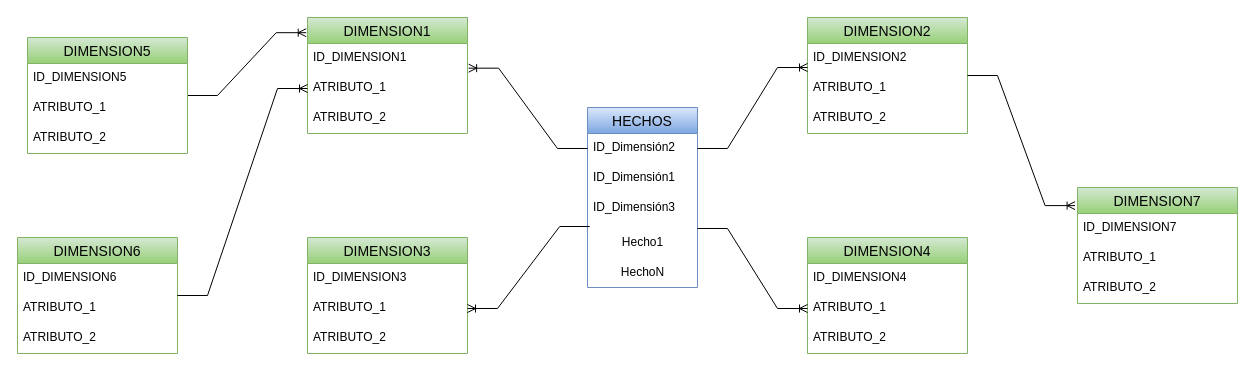
The draw.io diagram modelo dimensional.drawio in Baio-p/BD, before the edit. Source tidied: cells renumbered, new cells numbered last; positions are measured from the earlier drawing's top-left corner, leaving out a move shared by most shapes. Both pictures are drawn from the tidied source at 100%, with x=0, y=0 at pixel (17, 17).
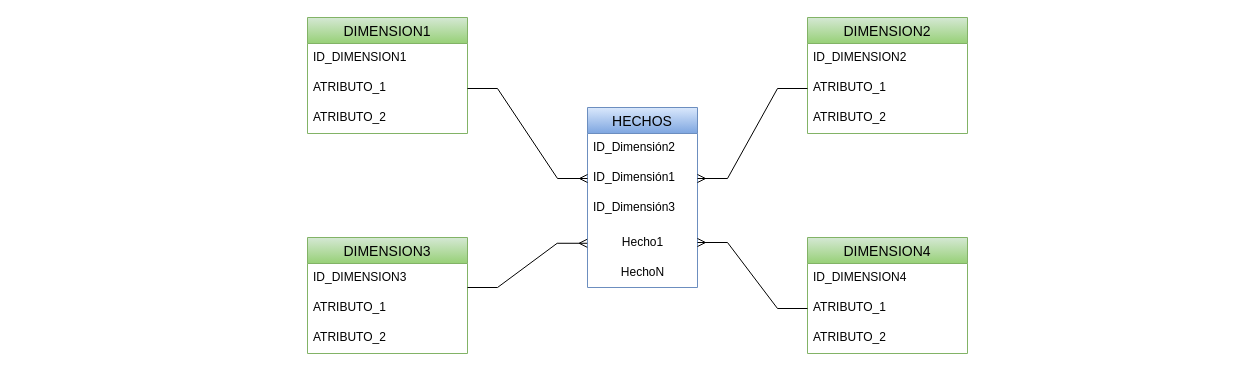
The same diagram, later.

The change refers to these unchanged cells:
```xml
<mxCell id="2" value="DIMENSION1" style="swimlane;fontStyle=0;horizontal=1;startSize=26;align=center;fontSize=14;fillColor=#d5e8d4;strokeColor=#82b366;gradientColor=#97d077;" parent="1" vertex="1">
  <mxGeometry x="290" width="160" height="116" as="geometry" />
</mxCell>
<mxCell id="3" value="ID_DIMENSION1" style="text;strokeColor=none;fillColor=none;spacingLeft=4;spacingRight=4;overflow=hidden;points=[[0,0.5],[1,0.5]];portConstraint=eastwest;fontSize=12;" parent="2" vertex="1">
  <mxGeometry y="26" width="160" height="30" as="geometry" />
</mxCell>
<mxCell id="4" value="ATRIBUTO_1" style="text;strokeColor=none;fillColor=none;spacingLeft=4;spacingRight=4;overflow=hidden;points=[[0,0.5],[1,0.5]];portConstraint=eastwest;fontSize=12;" parent="2" vertex="1">
  <mxGeometry y="56" width="160" height="30" as="geometry" />
</mxCell>
<mxCell id="6" value="DIMENSION2" style="swimlane;fontStyle=0;horizontal=1;startSize=26;align=center;fontSize=14;fillColor=#d5e8d4;strokeColor=#82b366;gradientColor=#97d077;" parent="1" vertex="1">
  <mxGeometry x="790" width="160" height="116" as="geometry" />
</mxCell>
<mxCell id="8" value="ATRIBUTO_1" style="text;strokeColor=none;fillColor=none;spacingLeft=4;spacingRight=4;overflow=hidden;points=[[0,0.5],[1,0.5]];portConstraint=eastwest;fontSize=12;" parent="6" vertex="1">
  <mxGeometry y="56" width="160" height="30" as="geometry" />
</mxCell>
<mxCell id="12" value="ATRIBUTO_1" style="text;strokeColor=none;fillColor=none;spacingLeft=4;spacingRight=4;overflow=hidden;points=[[0,0.5],[1,0.5]];portConstraint=eastwest;fontSize=12;" parent="10" vertex="1">
  <mxGeometry y="56" width="160" height="30" as="geometry" />
</mxCell>
<mxCell id="16" value="ATRIBUTO_1" style="text;strokeColor=none;fillColor=none;spacingLeft=4;spacingRight=4;overflow=hidden;points=[[0,0.5],[1,0.5]];portConstraint=eastwest;fontSize=12;" parent="14" vertex="1">
  <mxGeometry y="56" width="160" height="30" as="geometry" />
</mxCell>
<mxCell id="19" value="ID_Dimensión2" style="text;strokeColor=none;fillColor=none;spacingLeft=4;spacingRight=4;overflow=hidden;points=[[0,0.5],[1,0.5]];portConstraint=eastwest;fontSize=12;" parent="18" vertex="1">
  <mxGeometry y="26" width="110" height="30" as="geometry" />
</mxCell>
<mxCell id="20" value="ID_Dimensión1" style="text;strokeColor=none;fillColor=none;spacingLeft=4;spacingRight=4;overflow=hidden;points=[[0,0.5],[1,0.5]];portConstraint=eastwest;fontSize=12;" parent="18" vertex="1">
  <mxGeometry y="56" width="110" height="30" as="geometry" />
</mxCell>
<mxCell id="22" value="&lt;div style=&quot;text-align: left;&quot;&gt;&lt;span style=&quot;background-color: initial;&quot;&gt;Hecho1&lt;/span&gt;&lt;/div&gt;" style="text;html=1;align=center;verticalAlign=middle;points=[];strokeColor=none;fillColor=none;" parent="18" vertex="1">
  <mxGeometry y="120" width="110" height="30" as="geometry" />
</mxCell>
```

What changed in the source:
```diff
@@
-    <mxCell id="24" style="edgeStyle=entityRelationEdgeStyle;fontSize=12;html=1;endArrow=ERoneToMany;rounded=0;exitX=1;exitY=0.5;exitDx=0;exitDy=0;" parent="1" edge="1" source="19">
-      <mxGeometry relative="1" as="geometry">
-        <mxPoint x="790" y="50" as="targetPoint" />
-      </mxGeometry>
-    </mxCell>
-    <mxCell id="25" style="edgeStyle=entityRelationEdgeStyle;fontSize=12;html=1;endArrow=ERoneToMany;rounded=0;exitX=1;exitY=0.5;exitDx=0;exitDy=0;entryX=0;entryY=0.5;entryDx=0;entryDy=0;" parent="1" edge="1" target="16">
-      <mxGeometry relative="1" as="geometry">
-        <mxPoint x="680" y="211" as="sourcePoint" />
-      </mxGeometry>
-    </mxCell>
-    <mxCell id="26" style="edgeStyle=entityRelationEdgeStyle;fontSize=12;html=1;endArrow=ERoneToMany;rounded=0;exitX=0.02;exitY=-0.033;exitDx=0;exitDy=0;exitPerimeter=0;entryX=1;entryY=0.5;entryDx=0;entryDy=0;" parent="1" edge="1" source="22" target="12">
-      <mxGeometry relative="1" as="geometry" />
-    </mxCell>
-    <mxCell id="27" style="edgeStyle=entityRelationEdgeStyle;fontSize=12;html=1;endArrow=ERoneToMany;rounded=0;exitX=0;exitY=0.5;exitDx=0;exitDy=0;entryX=1.007;entryY=0.822;entryDx=0;entryDy=0;entryPerimeter=0;" parent="1" edge="1" source="19" target="3">
-      <mxGeometry relative="1" as="geometry" />
-    </mxCell>
-    <mxCell id="28" style="edgeStyle=entityRelationEdgeStyle;fontSize=12;html=1;endArrow=ERoneToMany;rounded=0;entryX=-0.008;entryY=0.131;entryDx=0;entryDy=0;entryPerimeter=0;" parent="1" edge="1" source="29" target="2">
-      <mxGeometry relative="1" as="geometry" />
-    </mxCell>
-    <mxCell id="29" value="DIMENSION5" style="swimlane;fontStyle=0;horizontal=1;startSize=26;align=center;fontSize=14;fillColor=#d5e8d4;strokeColor=#82b366;gradientColor=#97d077;" parent="1" vertex="1">
-      <mxGeometry x="10" y="20" width="160" height="116" as="geometry" />
-    </mxCell>
-    <mxCell id="30" value="ID_DIMENSION5" style="text;strokeColor=none;fillColor=none;spacingLeft=4;spacingRight=4;overflow=hidden;fontSize=12;" parent="29" vertex="1">
-      <mxGeometry y="26" width="160" height="30" as="geometry" />
-    </mxCell>
-    <mxCell id="31" value="ATRIBUTO_1" style="text;strokeColor=none;fillColor=none;spacingLeft=4;spacingRight=4;overflow=hidden;fontSize=12;" parent="29" vertex="1">
-      <mxGeometry y="56" width="160" height="30" as="geometry" />
-    </mxCell>
-    <mxCell id="32" value="ATRIBUTO_2" style="text;strokeColor=none;fillColor=none;spacingLeft=4;spacingRight=4;overflow=hidden;fontSize=12;" parent="29" vertex="1">
-      <mxGeometry y="86" width="160" height="30" as="geometry" />
-    </mxCell>
-    <mxCell id="33" value="DIMENSION6" style="swimlane;fontStyle=0;horizontal=1;startSize=26;align=center;fontSize=14;fillColor=#d5e8d4;strokeColor=#82b366;gradientColor=#97d077;" parent="1" vertex="1">
-      <mxGeometry y="220" width="160" height="116" as="geometry" />
-    </mxCell>
-    <mxCell id="34" value="ID_DIMENSION6" style="text;strokeColor=none;fillColor=none;spacingLeft=4;spacingRight=4;overflow=hidden;fontSize=12;" parent="33" vertex="1">
-      <mxGeometry y="26" width="160" height="30" as="geometry" />
-    </mxCell>
-    <mxCell id="35" value="ATRIBUTO_1" style="text;strokeColor=none;fillColor=none;spacingLeft=4;spacingRight=4;overflow=hidden;fontSize=12;" parent="33" vertex="1">
-      <mxGeometry y="56" width="160" height="30" as="geometry" />
-    </mxCell>
-    <mxCell id="36" value="ATRIBUTO_2" style="text;strokeColor=none;fillColor=none;spacingLeft=4;spacingRight=4;overflow=hidden;fontSize=12;" parent="33" vertex="1">
-      <mxGeometry y="86" width="160" height="30" as="geometry" />
-    </mxCell>
-    <mxCell id="37" style="edgeStyle=entityRelationEdgeStyle;fontSize=12;html=1;endArrow=ERoneToMany;rounded=0;entryX=0;entryY=0.5;entryDx=0;entryDy=0;" parent="1" edge="1" source="33" target="4">
-      <mxGeometry relative="1" as="geometry" />
-    </mxCell>
-    <mxCell id="38" value="DIMENSION7" style="swimlane;fontStyle=0;horizontal=1;startSize=26;align=center;fontSize=14;fillColor=#d5e8d4;strokeColor=#82b366;gradientColor=#97d077;" parent="1" vertex="1">
-      <mxGeometry x="1060" y="170" width="160" height="116" as="geometry" />
-    </mxCell>
-    <mxCell id="39" value="ID_DIMENSION7" style="text;strokeColor=none;fillColor=none;spacingLeft=4;spacingRight=4;overflow=hidden;fontSize=12;" parent="38" vertex="1">
-      <mxGeometry y="26" width="160" height="30" as="geometry" />
-    </mxCell>
-    <mxCell id="40" value="ATRIBUTO_1" style="text;strokeColor=none;fillColor=none;spacingLeft=4;spacingRight=4;overflow=hidden;fontSize=12;" parent="38" vertex="1">
-      <mxGeometry y="56" width="160" height="30" as="geometry" />
-    </mxCell>
-    <mxCell id="41" value="ATRIBUTO_2" style="text;strokeColor=none;fillColor=none;spacingLeft=4;spacingRight=4;overflow=hidden;fontSize=12;" parent="38" vertex="1">
-      <mxGeometry y="86" width="160" height="30" as="geometry" />
-    </mxCell>
-    <mxCell id="42" style="edgeStyle=entityRelationEdgeStyle;fontSize=12;html=1;endArrow=ERoneToMany;rounded=0;entryX=-0.015;entryY=0.156;entryDx=0;entryDy=0;entryPerimeter=0;" parent="1" edge="1" source="6" target="38">
-      <mxGeometry relative="1" as="geometry" />
-    </mxCell>
+    <mxCell id="43" style="edgeStyle=entityRelationEdgeStyle;fontSize=12;html=1;endArrow=ERmany;rounded=0;entryX=1;entryY=0.5;entryDx=0;entryDy=0;" parent="1" edge="1" source="8" target="20">
+      <mxGeometry relative="1" as="geometry" />
+    </mxCell>
+    <mxCell id="44" style="edgeStyle=entityRelationEdgeStyle;fontSize=12;html=1;endArrow=ERmany;rounded=0;exitX=0;exitY=0.5;exitDx=0;exitDy=0;" parent="1" edge="1" source="16" target="22">
+      <mxGeometry relative="1" as="geometry" />
+    </mxCell>
+    <mxCell id="45" style="edgeStyle=entityRelationEdgeStyle;fontSize=12;html=1;endArrow=ERmany;rounded=0;exitX=1;exitY=0.5;exitDx=0;exitDy=0;entryX=0;entryY=0.5;entryDx=0;entryDy=0;" parent="1" edge="1" source="4" target="20">
+      <mxGeometry relative="1" as="geometry" />
+    </mxCell>
+    <mxCell id="46" style="edgeStyle=entityRelationEdgeStyle;fontSize=12;html=1;endArrow=ERmany;rounded=0;exitX=1;exitY=-0.2;exitDx=0;exitDy=0;exitPerimeter=0;entryX=-0.003;entryY=0.526;entryDx=0;entryDy=0;entryPerimeter=0;" parent="1" edge="1" source="12" target="22">
+      <mxGeometry relative="1" as="geometry" />
+    </mxCell>
```
